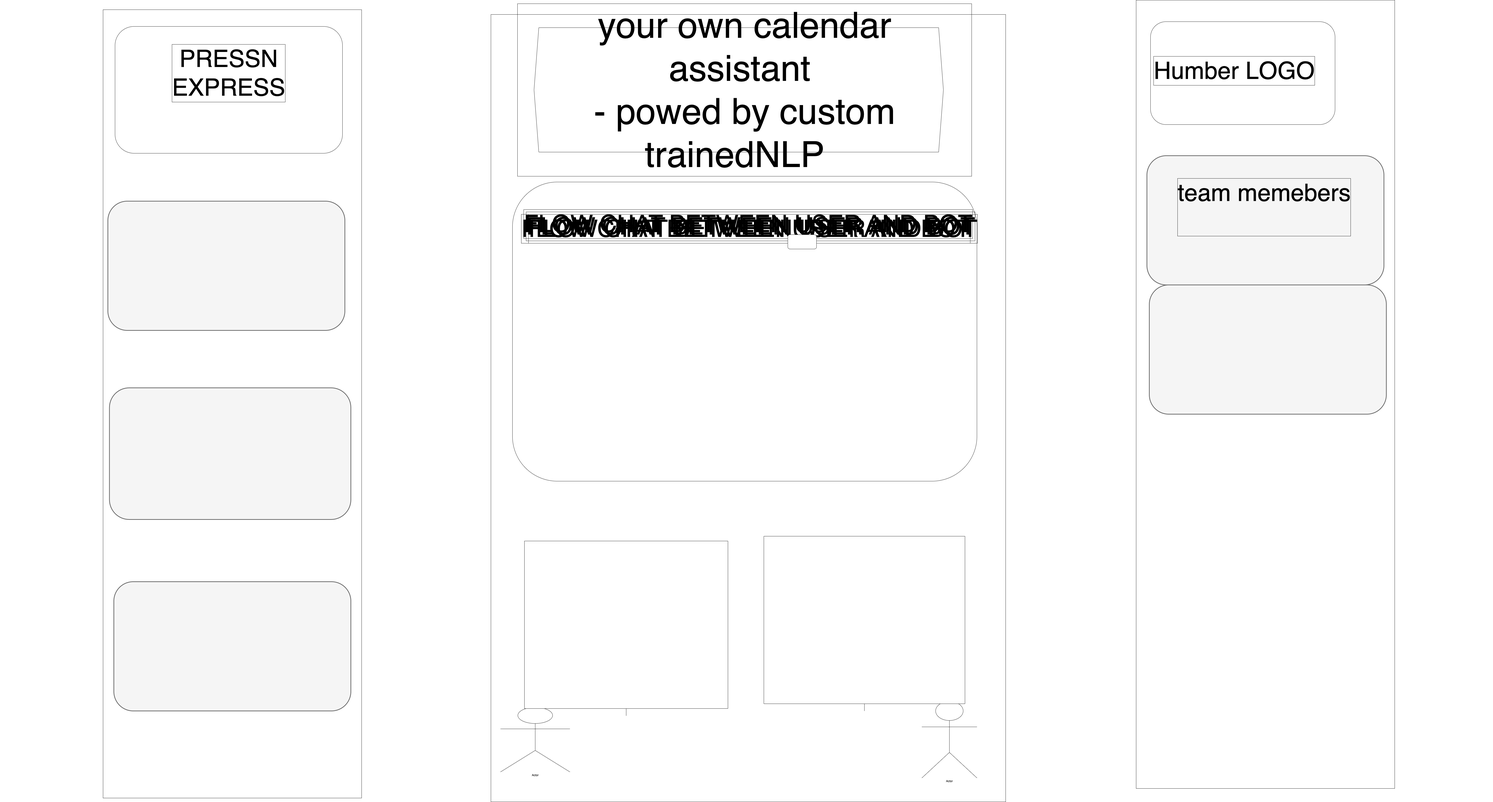
Above: largecardboard.png in ZhuRuoyu/calendar-chatbot (draw.io), before the change. Source tidied: cells renumbered, new cells last; positions are measured from the earlier drawing's top-left corner, leaving out a move shared by most shapes.
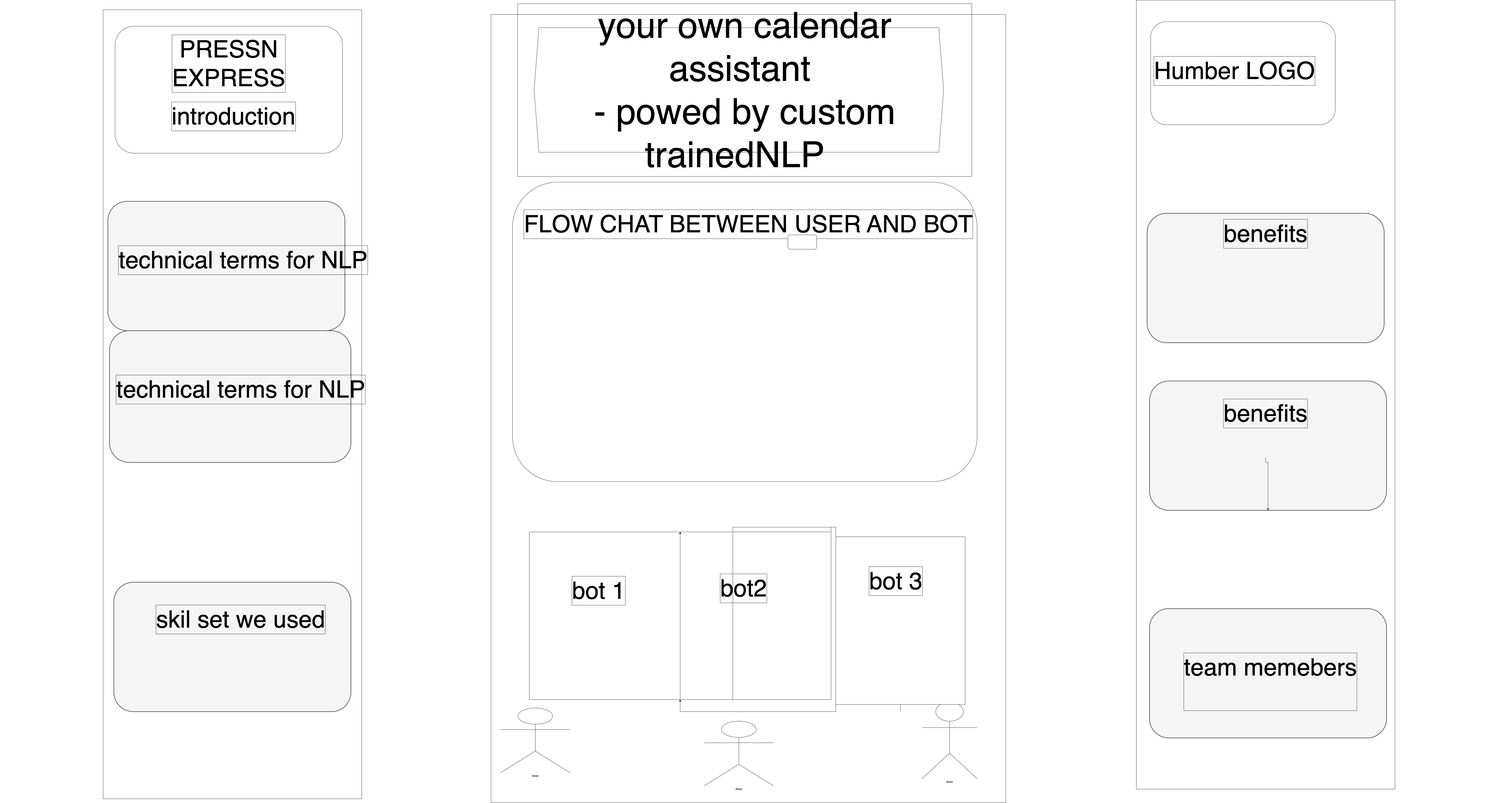
After the commit.

Diff of the diagram source:
```diff
@@ -12,7 +12,7 @@
       <mxGeometry x="2050" y="60" width="2150" height="3290" as="geometry" />
     </mxCell>
     <mxCell id="5" style="rounded=1;whiteSpace=wrap;html=1;" parent="1" vertex="1">
-      <mxGeometry x="480" y="110" width="950" height="530" as="geometry" />
+      <mxGeometry x="480" y="109" width="950" height="530" as="geometry" />
     </mxCell>
     <mxCell id="6" style="rounded=1;whiteSpace=wrap;html=1;" parent="1" vertex="1">
       <mxGeometry x="4805" y="90" width="770.8" height="430" as="geometry" />
@@ -32,38 +32,29 @@
     <mxCell id="11" value="&lt;font style=&quot;font-size: 150px;&quot;&gt;&lt;font style=&quot;&quot;&gt;your own calendar assistant&amp;nbsp;&lt;/font&gt;&lt;br&gt;- powed by custom trainedNLP&amp;nbsp;&amp;nbsp;&lt;/font&gt;" style="text;html=1;strokeColor=none;fillColor=none;align=center;verticalAlign=middle;whiteSpace=wrap;rounded=0;labelBorderColor=default;" parent="1" vertex="1">
       <mxGeometry x="2160" y="65" width="1900" height="620" as="geometry" />
     </mxCell>
-    <mxCell id="12" value="&lt;span style=&quot;font-size: 100px;&quot;&gt;FLOW CHAT BETWEEN USER AND BOT&lt;/span&gt;" style="text;html=1;strokeColor=none;fillColor=none;align=center;verticalAlign=middle;whiteSpace=wrap;rounded=0;labelBorderColor=default;" parent="1" vertex="1">
-      <mxGeometry x="2180" y="760" width="1910" height="370" as="geometry" />
-    </mxCell>
-    <mxCell id="13" value="&lt;span style=&quot;font-size: 100px;&quot;&gt;FLOW CHAT BETWEEN USER AND BOT&lt;/span&gt;" style="text;html=1;strokeColor=none;fillColor=none;align=center;verticalAlign=middle;whiteSpace=wrap;rounded=0;labelBorderColor=default;" parent="1" vertex="1">
-      <mxGeometry x="2190" y="770" width="1910" height="370" as="geometry" />
-    </mxCell>
-    <mxCell id="14" value="&lt;span style=&quot;font-size: 100px;&quot;&gt;FLOW CHAT BETWEEN USER AND BOT&lt;/span&gt;" style="text;html=1;strokeColor=none;fillColor=none;align=center;verticalAlign=middle;whiteSpace=wrap;rounded=0;labelBorderColor=default;" parent="1" vertex="1">
-      <mxGeometry x="2160" y="770" width="1910" height="370" as="geometry" />
+    <mxCell id="14" value="&lt;span style=&quot;font-size: 100px;&quot;&gt;introduction&lt;/span&gt;" style="text;html=1;strokeColor=none;fillColor=none;align=center;verticalAlign=middle;whiteSpace=wrap;rounded=0;labelBorderColor=default;" parent="1" vertex="1">
+      <mxGeometry x="20" y="300" width="1910" height="370" as="geometry" />
     </mxCell>
     <mxCell id="15" value="&lt;span style=&quot;font-size: 100px;&quot;&gt;Humber LOGO&lt;/span&gt;" style="text;html=1;strokeColor=none;fillColor=none;align=center;verticalAlign=middle;whiteSpace=wrap;rounded=0;labelBorderColor=default;" parent="1" vertex="1">
       <mxGeometry x="4200" y="110" width="1910" height="370" as="geometry" />
     </mxCell>
     <mxCell id="16" value="&lt;span style=&quot;font-size: 100px;&quot;&gt;PRESSN&lt;br&gt;EXPRESS&lt;/span&gt;" style="text;html=1;strokeColor=none;fillColor=none;align=center;verticalAlign=middle;whiteSpace=wrap;rounded=0;labelBorderColor=default;" parent="1" vertex="1">
-      <mxGeometry y="120" width="1910" height="370" as="geometry" />
+      <mxGeometry y="-1" width="1910" height="531" as="geometry" />
     </mxCell>
     <mxCell id="17" style="rounded=1;whiteSpace=wrap;html=1;" parent="1" vertex="1">
       <mxGeometry x="3290" y="980" width="120" height="60" as="geometry" />
     </mxCell>
     <mxCell id="18" style="rounded=1;whiteSpace=wrap;html=1;fillColor=#f5f5f5;strokeColor=#666666;fontColor=#333333;strokeWidth=3;" parent="1" vertex="1">
-      <mxGeometry x="4790" y="650" width="990" height="540" as="geometry" />
+      <mxGeometry x="4790" y="890" width="990" height="540" as="geometry" />
     </mxCell>
-    <mxCell id="19" value="&lt;span style=&quot;font-size: 100px;&quot;&gt;team memebers&lt;br&gt;&lt;br&gt;&lt;/span&gt;" style="text;html=1;strokeColor=none;fillColor=none;align=center;verticalAlign=middle;whiteSpace=wrap;rounded=0;labelBorderColor=default;" parent="1" vertex="1">
-      <mxGeometry x="4325" y="680" width="1910" height="370" as="geometry" />
-    </mxCell>
     <mxCell id="20" value="Actor" style="shape=umlActor;verticalLabelPosition=bottom;verticalAlign=top;html=1;" parent="1" vertex="1">
       <mxGeometry x="2090" y="2955" width="290" height="270" as="geometry" />
     </mxCell>
     <mxCell id="21" style="rounded=1;whiteSpace=wrap;html=1;fillColor=#f5f5f5;strokeColor=#666666;fontColor=#333333;strokeWidth=3;" parent="1" vertex="1">
-      <mxGeometry x="4800" y="1190" width="990" height="540" as="geometry" />
+      <mxGeometry x="4800" y="1590" width="990" height="540" as="geometry" />
     </mxCell>
     <mxCell id="22" style="rounded=1;whiteSpace=wrap;html=1;fillColor=#f5f5f5;strokeColor=#666666;fontColor=#333333;strokeWidth=3;rotation=0;" parent="1" vertex="1">
-      <mxGeometry x="456.7" y="1620" width="1008.3" height="550" as="geometry" />
+      <mxGeometry x="456.7" y="1380" width="1008.3" height="550" as="geometry" />
     </mxCell>
     <mxCell id="23" style="rounded=1;whiteSpace=wrap;html=1;fillColor=#f5f5f5;strokeColor=#666666;fontColor=#333333;strokeWidth=3;rotation=-180;" parent="1" vertex="1">
       <mxGeometry x="450" y="840" width="990" height="540" as="geometry" />
@@ -75,10 +66,52 @@
       <mxGeometry x="3850" y="2930" width="230" height="320" as="geometry" />
     </mxCell>
     <mxCell id="26" style="shape=callout;whiteSpace=wrap;html=1;perimeter=calloutPerimeter;base=0;" parent="1" vertex="1">
-      <mxGeometry x="2190" y="2260" width="850" height="730" as="geometry" />
+      <mxGeometry x="2210" y="2220" width="1260" height="730" as="geometry" />
     </mxCell>
     <mxCell id="27" style="shape=callout;whiteSpace=wrap;html=1;perimeter=calloutPerimeter;base=0;" parent="1" vertex="1">
-      <mxGeometry x="3190" y="2240" width="840" height="730" as="geometry" />
+      <mxGeometry x="3490" y="2240" width="540" height="730" as="geometry" />
     </mxCell>
+    <mxCell id="13" value="&lt;span style=&quot;font-size: 100px;&quot;&gt;technical terms for NLP&lt;/span&gt;" style="text;html=1;strokeColor=none;fillColor=none;align=center;verticalAlign=middle;whiteSpace=wrap;rounded=0;labelBorderColor=default;" parent="1" vertex="1">
+      <mxGeometry x="60" y="900" width="1910" height="370" as="geometry" />
+    </mxCell>
+    <mxCell id="28" value="&lt;span style=&quot;font-size: 100px;&quot;&gt;technical terms for NLP&lt;/span&gt;" style="text;html=1;strokeColor=none;fillColor=none;align=center;verticalAlign=middle;whiteSpace=wrap;rounded=0;labelBorderColor=default;" parent="1" vertex="1">
+      <mxGeometry x="50" y="1440" width="1910" height="370" as="geometry" />
+    </mxCell>
+    <mxCell id="29" style="edgeStyle=orthogonalEdgeStyle;rounded=0;orthogonalLoop=1;jettySize=auto;html=1;exitX=0;exitY=0;exitDx=850;exitDy=700;exitPerimeter=0;" parent="1" edge="1" source="26" target="26">
+      <mxGeometry relative="1" as="geometry" />
+    </mxCell>
+    <mxCell id="30" style="edgeStyle=orthogonalEdgeStyle;rounded=0;orthogonalLoop=1;jettySize=auto;html=1;exitX=1;exitY=0;exitDx=0;exitDy=0;exitPerimeter=0;entryX=0.5;entryY=0;entryDx=0;entryDy=0;entryPerimeter=0;" parent="1" edge="1" source="26" target="26">
+      <mxGeometry relative="1" as="geometry" />
+    </mxCell>
+    <mxCell id="31" value="Actor" style="shape=umlActor;verticalLabelPosition=bottom;verticalAlign=top;html=1;" parent="1" vertex="1">
+      <mxGeometry x="2940" y="3010" width="290" height="270" as="geometry" />
+    </mxCell>
+    <mxCell id="32" style="rounded=1;whiteSpace=wrap;html=1;fillColor=#f5f5f5;strokeColor=#666666;fontColor=#333333;strokeWidth=3;" parent="1" vertex="1">
+      <mxGeometry x="4800" y="2540" width="990" height="540" as="geometry" />
+    </mxCell>
+    <mxCell id="19" value="&lt;span style=&quot;font-size: 100px;&quot;&gt;team memebers&lt;br&gt;&lt;br&gt;&lt;/span&gt;" style="text;html=1;strokeColor=none;fillColor=none;align=center;verticalAlign=middle;whiteSpace=wrap;rounded=0;labelBorderColor=default;" parent="1" vertex="1">
+      <mxGeometry x="4350" y="2660" width="1910" height="370" as="geometry" />
+    </mxCell>
+    <mxCell id="12" value="&lt;span style=&quot;font-size: 100px;&quot;&gt;benefits&lt;/span&gt;" style="text;html=1;strokeColor=none;fillColor=none;align=center;verticalAlign=middle;whiteSpace=wrap;rounded=0;labelBorderColor=default;" parent="1" vertex="1">
+      <mxGeometry x="4330" y="790" width="1910" height="370" as="geometry" />
+    </mxCell>
+    <mxCell id="33" value="&lt;span style=&quot;font-size: 100px;&quot;&gt;skil set we used&lt;/span&gt;" style="text;html=1;strokeColor=none;fillColor=none;align=center;verticalAlign=middle;whiteSpace=wrap;rounded=0;labelBorderColor=default;" parent="1" vertex="1">
+      <mxGeometry x="50" y="2400" width="1910" height="370" as="geometry" />
+    </mxCell>
+    <mxCell id="34" style="edgeStyle=orthogonalEdgeStyle;rounded=0;jettySize=auto;html=1;exitX=0.5;exitY=1;exitDx=0;exitDy=0;" parent="1" edge="1" source="35" target="21">
+      <mxGeometry relative="1" as="geometry" />
+    </mxCell>
+    <mxCell id="35" value="&lt;span style=&quot;font-size: 100px;&quot;&gt;benefits&lt;/span&gt;" style="text;html=1;strokeColor=none;fillColor=none;align=center;verticalAlign=middle;whiteSpace=wrap;rounded=0;labelBorderColor=default;" parent="1" vertex="1">
+      <mxGeometry x="4330" y="1540" width="1910" height="370" as="geometry" />
+    </mxCell>
+    <mxCell id="36" value="&lt;span style=&quot;font-size: 100px;&quot;&gt;bot2&lt;/span&gt;" style="text;html=1;strokeColor=none;fillColor=none;align=center;verticalAlign=middle;whiteSpace=wrap;rounded=0;labelBorderColor=default;" parent="1" vertex="1">
+      <mxGeometry x="2150" y="2270" width="1910" height="370" as="geometry" />
+    </mxCell>
+    <mxCell id="37" value="&lt;span style=&quot;font-size: 100px;&quot;&gt;bot 1&lt;/span&gt;" style="text;html=1;strokeColor=none;fillColor=none;align=center;verticalAlign=middle;whiteSpace=wrap;rounded=0;labelBorderColor=default;" parent="1" vertex="1">
+      <mxGeometry x="1540" y="2280" width="1920" height="370" as="geometry" />
+    </mxCell>
+    <mxCell id="38" value="&lt;span style=&quot;font-size: 100px;&quot;&gt;bot 3&lt;/span&gt;" style="text;html=1;strokeColor=none;fillColor=none;align=center;verticalAlign=middle;whiteSpace=wrap;rounded=0;labelBorderColor=default;" parent="1" vertex="1">
+      <mxGeometry x="2781" y="2240" width="1920" height="370" as="geometry" />
+    </mxCell>
   </root>
 </mxGraphModel>
```
